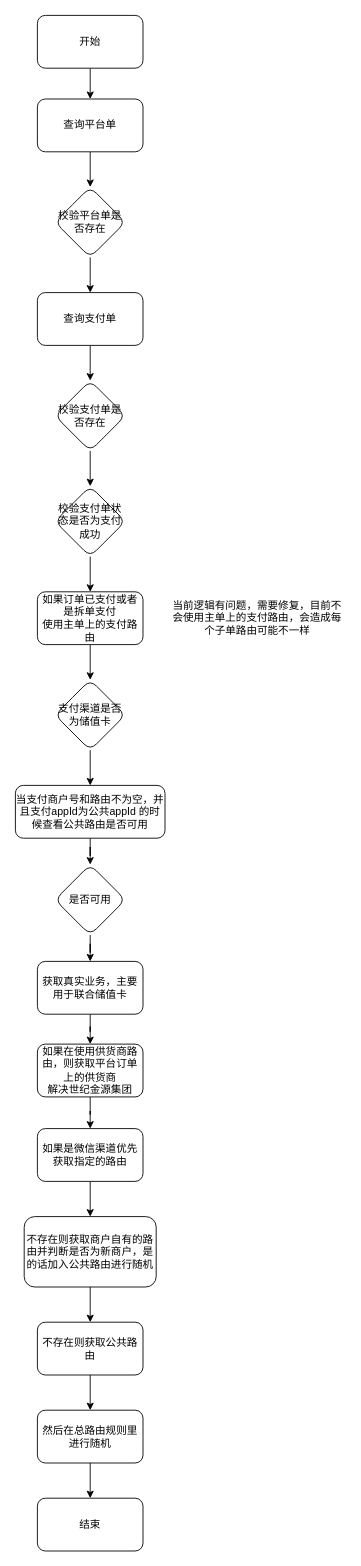
Before: 支付路由流程图.drawio in guohuan0126/test, a draw.io diagram. Source tidied: cells renumbered, new cells numbered last; positions are measured from the earlier drawing's top-left corner, leaving out a move shared by most shapes. Both pictures are drawn from the tidied source at 88%, with x=0, y=0 at pixel (15, 15).
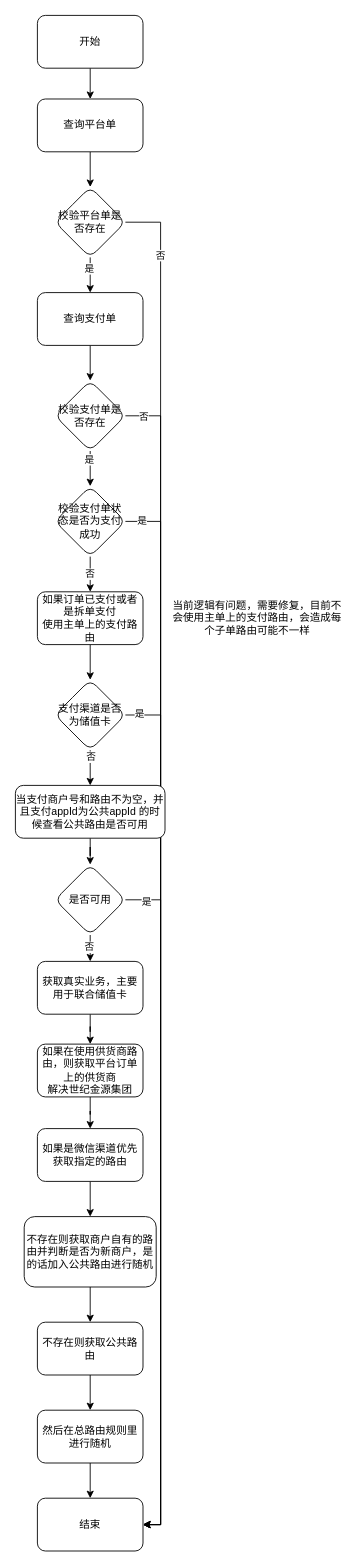
The same diagram, later.

Commit message (it also covers changes not shown here):
更新支付路由流程图.drawio

Unchanged cells that the change refers to:
```xml
<mxCell id="6" style="edgeStyle=orthogonalEdgeStyle;rounded=0;jettySize=auto;html=1;" parent="1" edge="1" source="7" target="9">
  <mxGeometry relative="1" as="geometry" />
</mxCell>
<mxCell id="7" value="校验平台单是否存在" style="rhombus;whiteSpace=wrap;html=1;rounded=1;" parent="1" vertex="1">
  <mxGeometry x="45" y="195" width="80" height="80" as="geometry" />
</mxCell>
<mxCell id="10" style="edgeStyle=orthogonalEdgeStyle;rounded=0;jettySize=auto;html=1;" parent="1" edge="1" source="11" target="13">
  <mxGeometry relative="1" as="geometry" />
</mxCell>
<mxCell id="11" value="校验支付单是否存在" style="rhombus;whiteSpace=wrap;html=1;rounded=1;" parent="1" vertex="1">
  <mxGeometry x="45" y="415" width="80" height="80" as="geometry" />
</mxCell>
<mxCell id="13" value="校验支付单状态是否为支付成功" style="rhombus;whiteSpace=wrap;html=1;rounded=1;" parent="1" vertex="1">
  <mxGeometry x="45" y="535" width="80" height="80" as="geometry" />
</mxCell>
<mxCell id="15" value="如果订单已支付或者是拆单支付&lt;br&gt;使用主单上的支付路由" style="whiteSpace=wrap;html=1;rounded=1;" parent="1" vertex="1">
  <mxGeometry x="25" y="655" width="120" height="60" as="geometry" />
</mxCell>
<mxCell id="17" style="edgeStyle=orthogonalEdgeStyle;rounded=0;jettySize=auto;html=1;" parent="1" edge="1" source="18" target="20">
  <mxGeometry relative="1" as="geometry" />
</mxCell>
<mxCell id="18" value="支付渠道是否为储值卡" style="rhombus;whiteSpace=wrap;html=1;rounded=1;" parent="1" vertex="1">
  <mxGeometry x="45" y="755" width="80" height="80" as="geometry" />
</mxCell>
<mxCell id="21" style="edgeStyle=orthogonalEdgeStyle;rounded=0;jettySize=auto;html=1;" parent="1" edge="1" source="22" target="24">
  <mxGeometry relative="1" as="geometry" />
</mxCell>
<mxCell id="22" value="是否可用" style="rhombus;whiteSpace=wrap;html=1;rounded=1;" parent="1" vertex="1">
  <mxGeometry x="45" y="965" width="80" height="80" as="geometry" />
</mxCell>
<mxCell id="35" value="结束" style="whiteSpace=wrap;html=1;rounded=1;" parent="1" vertex="1">
  <mxGeometry x="25" y="1685" width="120" height="60" as="geometry" />
</mxCell>
```

Diff of the diagram source:
```diff
@@
+    <mxCell id="36" value="是" style="edgeLabel;html=1;align=center;verticalAlign=middle;" parent="6" vertex="1">
+      <mxGeometry x="-0.4" y="-2" relative="1" as="geometry" />
+    </mxCell>
+    <mxCell id="37" style="edgeStyle=orthogonalEdgeStyle;rounded=0;jettySize=auto;html=1;exitX=1;exitY=0.5;exitDx=0;exitDy=0;entryX=1;entryY=0.5;entryDx=0;entryDy=0;" parent="1" edge="1" source="7" target="35">
+      <mxGeometry relative="1" as="geometry" />
+    </mxCell>
+    <mxCell id="38" value="否" style="edgeLabel;html=1;align=center;verticalAlign=middle;" parent="37" vertex="1">
+      <mxGeometry x="-0.9" y="-1" relative="1" as="geometry" />
+    </mxCell>
@@
+    <mxCell id="39" value="是" style="edgeLabel;html=1;align=center;verticalAlign=middle;" parent="10" vertex="1">
+      <mxGeometry x="-0.55" y="-2" relative="1" as="geometry" />
+    </mxCell>
+    <mxCell id="40" style="edgeStyle=orthogonalEdgeStyle;rounded=0;jettySize=auto;html=1;exitX=1;exitY=0.5;exitDx=0;exitDy=0;entryX=1;entryY=0.5;entryDx=0;entryDy=0;" parent="1" edge="1" source="11" target="35">
+      <mxGeometry relative="1" as="geometry" />
+    </mxCell>
+    <mxCell id="41" value="否" style="edgeLabel;html=1;align=center;verticalAlign=middle;" parent="40" vertex="1">
+      <mxGeometry x="-0.97" relative="1" as="geometry" />
+    </mxCell>
@@
-    <mxCell id="12" style="edgeStyle=orthogonalEdgeStyle;rounded=0;jettySize=auto;html=1;" parent="1" edge="1" source="13" target="15">
+    <mxCell id="12" value="否" style="edgeStyle=orthogonalEdgeStyle;rounded=0;jettySize=auto;html=1;" parent="1" edge="1" source="13" target="15">
       <mxGeometry relative="1" as="geometry" />
     </mxCell>
+    <mxCell id="42" style="edgeStyle=orthogonalEdgeStyle;rounded=0;jettySize=auto;html=1;exitX=1;exitY=0.5;exitDx=0;exitDy=0;entryX=1;entryY=0.5;entryDx=0;entryDy=0;" parent="1" edge="1" source="13" target="35">
+      <mxGeometry relative="1" as="geometry" />
+    </mxCell>
+    <mxCell id="43" value="是" style="edgeLabel;html=1;align=center;verticalAlign=middle;" parent="42" vertex="1">
+      <mxGeometry x="-0.97" y="2" relative="1" as="geometry" />
+    </mxCell>
@@
+    <mxCell id="44" value="否" style="edgeLabel;html=1;align=center;verticalAlign=middle;" parent="17" vertex="1">
+      <mxGeometry x="-0.65" relative="1" as="geometry" />
+    </mxCell>
+    <mxCell id="45" style="edgeStyle=orthogonalEdgeStyle;rounded=0;jettySize=auto;html=1;exitX=1;exitY=0.5;exitDx=0;exitDy=0;entryX=1;entryY=0.5;entryDx=0;entryDy=0;" parent="1" edge="1" source="18" target="35">
+      <mxGeometry relative="1" as="geometry" />
+    </mxCell>
+    <mxCell id="46" value="是" style="edgeLabel;html=1;align=center;verticalAlign=middle;" parent="45" vertex="1">
+      <mxGeometry x="-0.97" y="2" relative="1" as="geometry" />
+    </mxCell>
@@
+    <mxCell id="47" value="否" style="edgeLabel;html=1;align=center;verticalAlign=middle;" parent="21" vertex="1">
+      <mxGeometry x="0.32" y="-2" relative="1" as="geometry" />
+    </mxCell>
+    <mxCell id="48" style="edgeStyle=orthogonalEdgeStyle;rounded=0;jettySize=auto;html=1;exitX=1;exitY=0.5;exitDx=0;exitDy=0;entryX=1;entryY=0.5;entryDx=0;entryDy=0;" parent="1" edge="1" source="22" target="35">
+      <mxGeometry relative="1" as="geometry" />
+    </mxCell>
+    <mxCell id="49" value="是" style="edgeLabel;html=1;align=center;verticalAlign=middle;" parent="48" vertex="1">
+      <mxGeometry x="-0.94" y="-1" relative="1" as="geometry" />
+    </mxCell>
```
